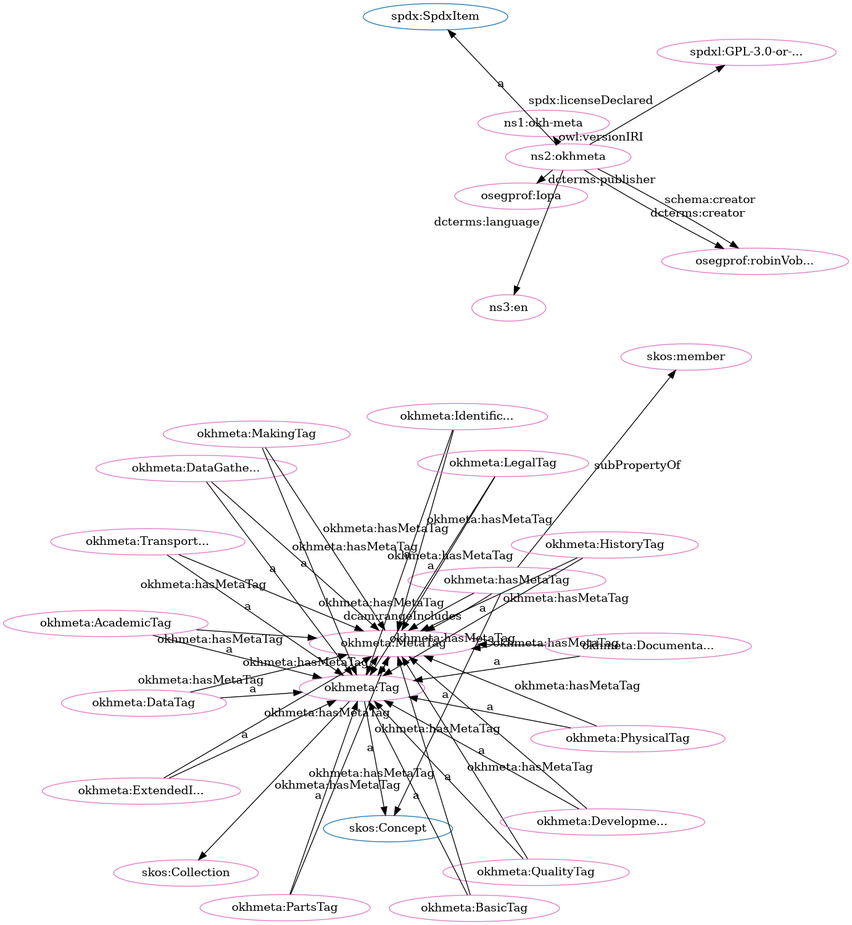
iop-alliance/OpenKnowHow keeps this Graphviz diagram as src/spec/dot_okh-meta-clean.png. Above is the earlier version. Its source is kept beside it as src/spec/dot_okh-meta-clean.dot.
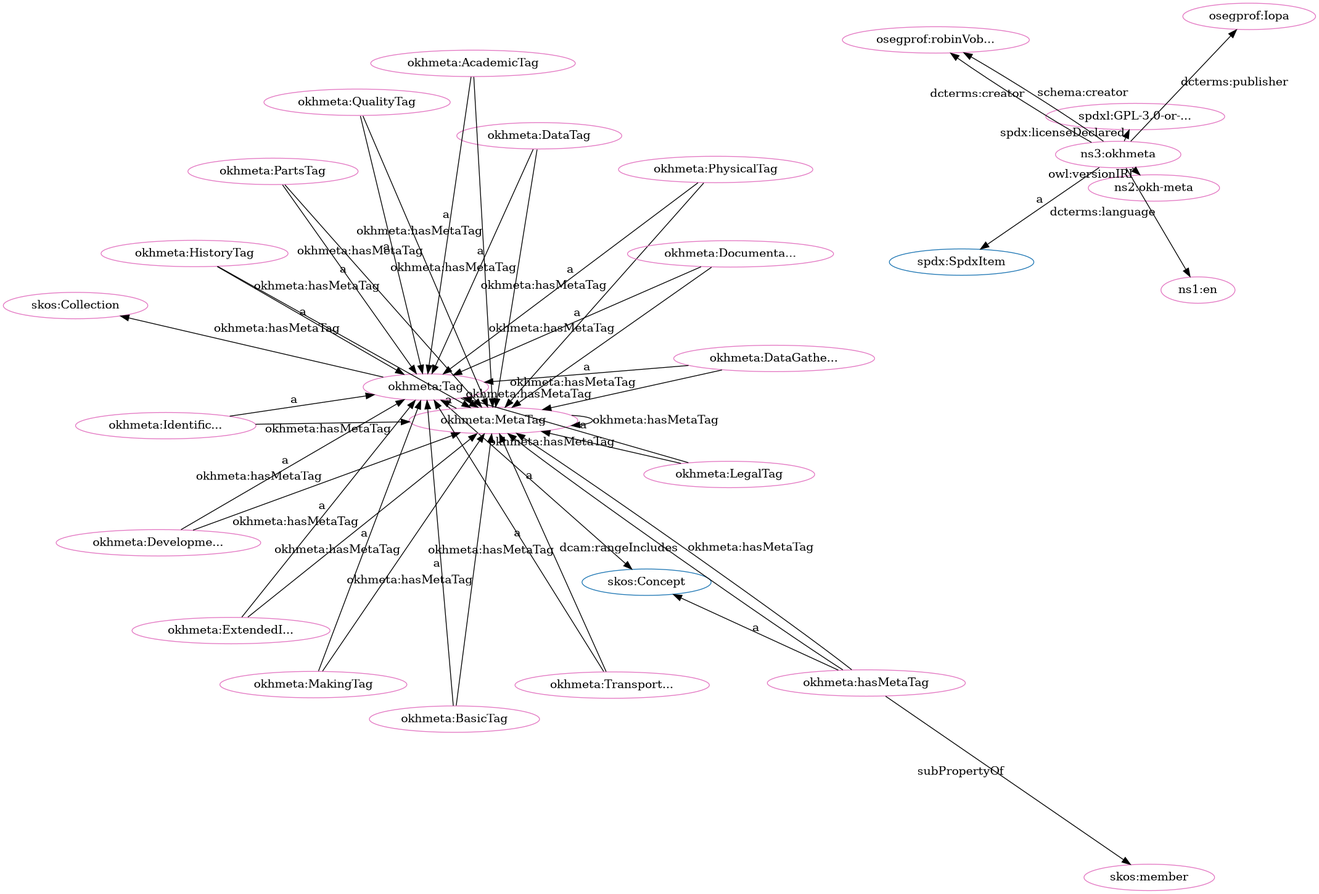
After the change.

The edit, as a diff of the source:
```diff
@@ -1,80 +1,80 @@
 digraph G {
   rankdir=BT
   node[height=.3]
+"http://www.w3.org/2004/02/skos/core#Concept" [fillcolor="#1f77b4" color="#1f77b4" label="skos:Concept"]
+"http://www.w3.org/2004/02/skos/core#Collection" [fillcolor="#1f77b4" color="#1f77b4" label="skos:Collection"]
+"http://spdx.org/rdf/terms#SpdxItem" [fillcolor="#1f77b4" color="#1f77b4" label="spdx:SpdxItem"]
 "http://w3id.org/oseg/ont/okhmeta#Tag" [fillcolor="#1f77b4" color="#1f77b4" label="okhmeta:Tag"]
-"http://www.w3.org/2004/02/skos/core#Collection" [fillcolor="#1f77b4" color="#1f77b4" label="skos:Collection"]
-"http://www.w3.org/2004/02/skos/core#Concept" [fillcolor="#1f77b4" color="#1f77b4" label="skos:Concept"]
-"http://spdx.org/rdf/terms#SpdxItem" [fillcolor="#1f77b4" color="#1f77b4" label="spdx:SpdxItem"]
+"http://w3id.org/oseg/ont/okhmeta#MetaTag" [fillcolor="#e377c2" color="#e377c2" label="okhmeta:MetaTag"]
+"http://w3id.org/oseg/ont/okhmeta#LegalTag" [fillcolor="#e377c2" color="#e377c2" label="okhmeta:LegalTag"]
+"http://id.loc.gov/vocabulary/iso639-1/en" [fillcolor="#e377c2" color="#e377c2" label="ns1:en"]
+"http://w3id.org/oseg/ont/okhmeta#DataTag" [fillcolor="#e377c2" color="#e377c2" label="okhmeta:DataTag"]
+"http://w3id.org/oseg/ont/okhmeta#HistoryTag" [fillcolor="#e377c2" color="#e377c2" label="okhmeta:HistoryTag"]
+"http://w3id.org/oseg/ont/1.1.0/okh-meta" [fillcolor="#e377c2" color="#e377c2" label="ns2:okh-meta"]
 "http://w3id.org/oseg/ont/okhmeta#DataGatheringTag" [fillcolor="#e377c2" color="#e377c2" label="okhmeta:DataGathe..."]
+"http://w3id.org/oseg/ont/okhmeta#MakingTag" [fillcolor="#e377c2" color="#e377c2" label="okhmeta:MakingTag"]
+"http://w3id.org/oseg/ont/okhmeta#TransportationTag" [fillcolor="#e377c2" color="#e377c2" label="okhmeta:Transport..."]
 "http://w3id.org/oseg/ont/oseg-profiles#robinVobruba" [fillcolor="#e377c2" color="#e377c2" label="osegprof:robinVob..."]
-"http://w3id.org/oseg/ont/okhmeta#TransportationTag" [fillcolor="#e377c2" color="#e377c2" label="okhmeta:Transport..."]
-"http://w3id.org/oseg/ont/okhmeta#MetaTag" [fillcolor="#e377c2" color="#e377c2" label="okhmeta:MetaTag"]
+"http://w3id.org/oseg/ont/okhmeta#hasMetaTag" [fillcolor="#e377c2" color="#e377c2" label="okhmeta:hasMetaTag"]
+"http://w3id.org/oseg/ont/okhmeta#IdentificationTag" [fillcolor="#e377c2" color="#e377c2" label="okhmeta:Identific..."]
+"http://w3id.org/oseg/ont/oseg-profiles#Iopa" [fillcolor="#e377c2" color="#e377c2" label="osegprof:Iopa"]
+"http://spdx.org/licenses/GPL-3.0-or-later" [fillcolor="#e377c2" color="#e377c2" label="spdxl:GPL-3.0-or-..."]
+"http://w3id.org/oseg/ont/okhmeta#BasicTag" [fillcolor="#e377c2" color="#e377c2" label="okhmeta:BasicTag"]
+"http://w3id.org/oseg/ont/okhmeta#AcademicTag" [fillcolor="#e377c2" color="#e377c2" label="okhmeta:AcademicTag"]
+"http://w3id.org/oseg/ont/okhmeta#PhysicalTag" [fillcolor="#e377c2" color="#e377c2" label="okhmeta:PhysicalTag"]
+"http://w3id.org/oseg/ont/okhmeta#DocumentationTag" [fillcolor="#e377c2" color="#e377c2" label="okhmeta:Documenta..."]
+"http://w3id.org/oseg/ont/okhmeta#Tag" [fillcolor="#e377c2" color="#e377c2" label="okhmeta:Tag"]
+"http://w3id.org/oseg/ont/okhmeta#DevelopmentTag" [fillcolor="#e377c2" color="#e377c2" label="okhmeta:Developme..."]
+"http://w3id.org/oseg/ont/okhmeta#PartsTag" [fillcolor="#e377c2" color="#e377c2" label="okhmeta:PartsTag"]
+"http://www.w3.org/2004/02/skos/core#Collection" [fillcolor="#e377c2" color="#e377c2" label="skos:Collection"]
 "http://w3id.org/oseg/ont/okhmeta#ExtendedInfoTag" [fillcolor="#e377c2" color="#e377c2" label="okhmeta:ExtendedI..."]
+"http://w3id.org/oseg/ont/okhmeta" [fillcolor="#e377c2" color="#e377c2" label="ns3:okhmeta"]
 "http://w3id.org/oseg/ont/okhmeta#QualityTag" [fillcolor="#e377c2" color="#e377c2" label="okhmeta:QualityTag"]
-"http://w3id.org/oseg/ont/okhmeta#DataTag" [fillcolor="#e377c2" color="#e377c2" label="okhmeta:DataTag"]
-"http://w3id.org/oseg/ont/okhmeta#Tag" [fillcolor="#e377c2" color="#e377c2" label="okhmeta:Tag"]
-"http://w3id.org/oseg/ont/okhmeta#BasicTag" [fillcolor="#e377c2" color="#e377c2" label="okhmeta:BasicTag"]
-"http://w3id.org/oseg/ont/okhmeta#DevelopmentTag" [fillcolor="#e377c2" color="#e377c2" label="okhmeta:Developme..."]
-"http://w3id.org/oseg/ont/oseg-profiles#Iopa" [fillcolor="#e377c2" color="#e377c2" label="osegprof:Iopa"]
-"http://w3id.org/oseg/ont/1.1.0/okh-meta" [fillcolor="#e377c2" color="#e377c2" label="ns1:okh-meta"]
-"http://w3id.org/oseg/ont/okhmeta#MakingTag" [fillcolor="#e377c2" color="#e377c2" label="okhmeta:MakingTag"]
-"http://w3id.org/oseg/ont/okhmeta#hasMetaTag" [fillcolor="#e377c2" color="#e377c2" label="okhmeta:hasMetaTag"]
-"http://w3id.org/oseg/ont/okhmeta" [fillcolor="#e377c2" color="#e377c2" label="ns2:okhmeta"]
-"http://spdx.org/licenses/GPL-3.0-or-later" [fillcolor="#e377c2" color="#e377c2" label="spdxl:GPL-3.0-or-..."]
-"http://w3id.org/oseg/ont/okhmeta#AcademicTag" [fillcolor="#e377c2" color="#e377c2" label="okhmeta:AcademicTag"]
-"http://w3id.org/oseg/ont/okhmeta#IdentificationTag" [fillcolor="#e377c2" color="#e377c2" label="okhmeta:Identific..."]
-"http://w3id.org/oseg/ont/okhmeta#LegalTag" [fillcolor="#e377c2" color="#e377c2" label="okhmeta:LegalTag"]
-"http://w3id.org/oseg/ont/okhmeta#HistoryTag" [fillcolor="#e377c2" color="#e377c2" label="okhmeta:HistoryTag"]
-"http://w3id.org/oseg/ont/okhmeta#PartsTag" [fillcolor="#e377c2" color="#e377c2" label="okhmeta:PartsTag"]
 "http://www.w3.org/2004/02/skos/core#member" [fillcolor="#e377c2" color="#e377c2" label="skos:member"]
-"http://id.loc.gov/vocabulary/iso639-1/en" [fillcolor="#e377c2" color="#e377c2" label="ns3:en"]
-"http://w3id.org/oseg/ont/okhmeta#DocumentationTag" [fillcolor="#e377c2" color="#e377c2" label="okhmeta:Documenta..."]
-"http://www.w3.org/2004/02/skos/core#Collection" [fillcolor="#e377c2" color="#e377c2" label="skos:Collection"]
-"http://w3id.org/oseg/ont/okhmeta#PhysicalTag" [fillcolor="#e377c2" color="#e377c2" label="okhmeta:PhysicalTag"]
+  "http://w3id.org/oseg/ont/okhmeta#MakingTag" -> "http://w3id.org/oseg/ont/okhmeta#MetaTag" [label="okhmeta:hasMetaTag"]
+  "http://w3id.org/oseg/ont/okhmeta" -> "http://id.loc.gov/vocabulary/iso639-1/en" [label="dcterms:language"]
+  "http://w3id.org/oseg/ont/okhmeta#HistoryTag" -> "http://w3id.org/oseg/ont/okhmeta#Tag" [label="a"]
+  "http://w3id.org/oseg/ont/okhmeta" -> "http://w3id.org/oseg/ont/1.1.0/okh-meta" [label="owl:versionIRI"]
+  "http://w3id.org/oseg/ont/okhmeta#DataGatheringTag" -> "http://w3id.org/oseg/ont/okhmeta#Tag" [label="a"]
+  "http://w3id.org/oseg/ont/okhmeta#MakingTag" -> "http://w3id.org/oseg/ont/okhmeta#Tag" [label="a"]
+  "http://w3id.org/oseg/ont/okhmeta" -> "http://w3id.org/oseg/ont/oseg-profiles#robinVobruba" [label="dcterms:creator"]
+  "http://w3id.org/oseg/ont/okhmeta#hasMetaTag" -> "http://w3id.org/oseg/ont/okhmeta#MetaTag" [label="dcam:rangeIncludes"]
+  "http://w3id.org/oseg/ont/okhmeta#hasMetaTag" -> "http://www.w3.org/2004/02/skos/core#Concept" [label="a"]
+  "http://w3id.org/oseg/ont/okhmeta#QualityTag" -> "http://w3id.org/oseg/ont/okhmeta#MetaTag" [label="okhmeta:hasMetaTag"]
+  "http://w3id.org/oseg/ont/okhmeta#MetaTag" -> "http://w3id.org/oseg/ont/okhmeta#MetaTag" [label="okhmeta:hasMetaTag"]
+  "http://w3id.org/oseg/ont/okhmeta#HistoryTag" -> "http://w3id.org/oseg/ont/okhmeta#MetaTag" [label="okhmeta:hasMetaTag"]
+  "http://w3id.org/oseg/ont/okhmeta#PhysicalTag" -> "http://w3id.org/oseg/ont/okhmeta#Tag" [label="a"]
+  "http://w3id.org/oseg/ont/okhmeta#DocumentationTag" -> "http://w3id.org/oseg/ont/okhmeta#Tag" [label="a"]
+  "http://w3id.org/oseg/ont/okhmeta#ExtendedInfoTag" -> "http://w3id.org/oseg/ont/okhmeta#MetaTag" [label="okhmeta:hasMetaTag"]
+  "http://w3id.org/oseg/ont/okhmeta#IdentificationTag" -> "http://w3id.org/oseg/ont/okhmeta#MetaTag" [label="okhmeta:hasMetaTag"]
+  "http://w3id.org/oseg/ont/okhmeta#PartsTag" -> "http://w3id.org/oseg/ont/okhmeta#Tag" [label="a"]
+  "http://w3id.org/oseg/ont/okhmeta#Tag" -> "http://www.w3.org/2004/02/skos/core#Collection" [label=""]
+  "http://w3id.org/oseg/ont/okhmeta#ExtendedInfoTag" -> "http://w3id.org/oseg/ont/okhmeta#Tag" [label="a"]
+  "http://w3id.org/oseg/ont/okhmeta#DocumentationTag" -> "http://w3id.org/oseg/ont/okhmeta#MetaTag" [label="okhmeta:hasMetaTag"]
+  "http://w3id.org/oseg/ont/okhmeta#PhysicalTag" -> "http://w3id.org/oseg/ont/okhmeta#MetaTag" [label="okhmeta:hasMetaTag"]
+  "http://w3id.org/oseg/ont/okhmeta#TransportationTag" -> "http://w3id.org/oseg/ont/okhmeta#MetaTag" [label="okhmeta:hasMetaTag"]
+  "http://w3id.org/oseg/ont/okhmeta#DataGatheringTag" -> "http://w3id.org/oseg/ont/okhmeta#MetaTag" [label="okhmeta:hasMetaTag"]
+  "http://w3id.org/oseg/ont/okhmeta#LegalTag" -> "http://w3id.org/oseg/ont/okhmeta#Tag" [label="a"]
+  "http://w3id.org/oseg/ont/okhmeta#DataTag" -> "http://w3id.org/oseg/ont/okhmeta#Tag" [label="a"]
+  "http://w3id.org/oseg/ont/okhmeta#TransportationTag" -> "http://w3id.org/oseg/ont/okhmeta#Tag" [label="a"]
+  "http://w3id.org/oseg/ont/okhmeta#IdentificationTag" -> "http://w3id.org/oseg/ont/okhmeta#Tag" [label="a"]
+  "http://w3id.org/oseg/ont/okhmeta" -> "http://w3id.org/oseg/ont/oseg-profiles#Iopa" [label="dcterms:publisher"]
+  "http://w3id.org/oseg/ont/okhmeta" -> "http://spdx.org/licenses/GPL-3.0-or-later" [label="spdx:licenseDeclared"]
+  "http://w3id.org/oseg/ont/okhmeta#DataTag" -> "http://w3id.org/oseg/ont/okhmeta#MetaTag" [label="okhmeta:hasMetaTag"]
+  "http://w3id.org/oseg/ont/okhmeta#BasicTag" -> "http://w3id.org/oseg/ont/okhmeta#Tag" [label="a"]
+  "http://w3id.org/oseg/ont/okhmeta#AcademicTag" -> "http://w3id.org/oseg/ont/okhmeta#Tag" [label="a"]
+  "http://w3id.org/oseg/ont/okhmeta#Tag" -> "http://www.w3.org/2004/02/skos/core#Concept" [label="a"]
+  "http://w3id.org/oseg/ont/okhmeta#PartsTag" -> "http://w3id.org/oseg/ont/okhmeta#MetaTag" [label="okhmeta:hasMetaTag"]
   "http://w3id.org/oseg/ont/okhmeta" -> "http://w3id.org/oseg/ont/oseg-profiles#robinVobruba" [label="schema:creator"]
-  "http://w3id.org/oseg/ont/okhmeta#TransportationTag" -> "http://w3id.org/oseg/ont/okhmeta#Tag" [label="a"]
+  "http://w3id.org/oseg/ont/okhmeta#DevelopmentTag" -> "http://w3id.org/oseg/ont/okhmeta#Tag" [label="a"]
+  "http://w3id.org/oseg/ont/okhmeta#Tag" -> "http://w3id.org/oseg/ont/okhmeta#MetaTag" [label="okhmeta:hasMetaTag"]
+  "http://w3id.org/oseg/ont/okhmeta#hasMetaTag" -> "http://w3id.org/oseg/ont/okhmeta#MetaTag" [label="okhmeta:hasMetaTag"]
+  "http://w3id.org/oseg/ont/okhmeta#BasicTag" -> "http://w3id.org/oseg/ont/okhmeta#MetaTag" [label="okhmeta:hasMetaTag"]
+  "http://w3id.org/oseg/ont/okhmeta" -> "http://spdx.org/rdf/terms#SpdxItem" [label="a"]
+  "http://w3id.org/oseg/ont/okhmeta#AcademicTag" -> "http://w3id.org/oseg/ont/okhmeta#MetaTag" [label="okhmeta:hasMetaTag"]
+  "http://w3id.org/oseg/ont/okhmeta#MetaTag" -> "http://w3id.org/oseg/ont/okhmeta#Tag" [label="a"]
   "http://w3id.org/oseg/ont/okhmeta#LegalTag" -> "http://w3id.org/oseg/ont/okhmeta#MetaTag" [label="okhmeta:hasMetaTag"]
-  "http://w3id.org/oseg/ont/okhmeta#DataTag" -> "http://w3id.org/oseg/ont/okhmeta#MetaTag" [label="okhmeta:hasMetaTag"]
-  "http://w3id.org/oseg/ont/okhmeta#ExtendedInfoTag" -> "http://w3id.org/oseg/ont/okhmeta#Tag" [label="a"]
+  "http://w3id.org/oseg/ont/okhmeta#DevelopmentTag" -> "http://w3id.org/oseg/ont/okhmeta#MetaTag" [label="okhmeta:hasMetaTag"]
   "http://w3id.org/oseg/ont/okhmeta#QualityTag" -> "http://w3id.org/oseg/ont/okhmeta#Tag" [label="a"]
-  "http://w3id.org/oseg/ont/okhmeta#DataTag" -> "http://w3id.org/oseg/ont/okhmeta#Tag" [label="a"]
-  "http://w3id.org/oseg/ont/okhmeta#HistoryTag" -> "http://w3id.org/oseg/ont/okhmeta#MetaTag" [label="okhmeta:hasMetaTag"]
-  "http://w3id.org/oseg/ont/okhmeta#hasMetaTag" -> "http://w3id.org/oseg/ont/okhmeta#MetaTag" [label="dcam:rangeIncludes"]
-  "http://w3id.org/oseg/ont/okhmeta" -> "http://w3id.org/oseg/ont/oseg-profiles#robinVobruba" [label="dcterms:creator"]
-  "http://w3id.org/oseg/ont/okhmeta" -> "http://w3id.org/oseg/ont/1.1.0/okh-meta" [label="owl:versionIRI"]
-  "http://w3id.org/oseg/ont/okhmeta#MakingTag" -> "http://w3id.org/oseg/ont/okhmeta#Tag" [label="a"]
-  "http://w3id.org/oseg/ont/okhmeta#DataGatheringTag" -> "http://w3id.org/oseg/ont/okhmeta#MetaTag" [label="okhmeta:hasMetaTag"]
-  "http://w3id.org/oseg/ont/okhmeta#hasMetaTag" -> "http://www.w3.org/2004/02/skos/core#Concept" [label="a"]
-  "http://w3id.org/oseg/ont/okhmeta#LegalTag" -> "http://w3id.org/oseg/ont/okhmeta#Tag" [label="a"]
-  "http://w3id.org/oseg/ont/okhmeta" -> "http://spdx.org/rdf/terms#SpdxItem" [label="a"]
-  "http://w3id.org/oseg/ont/okhmeta#HistoryTag" -> "http://w3id.org/oseg/ont/okhmeta#Tag" [label="a"]
-  "http://w3id.org/oseg/ont/okhmeta#ExtendedInfoTag" -> "http://w3id.org/oseg/ont/okhmeta#MetaTag" [label="okhmeta:hasMetaTag"]
-  "http://w3id.org/oseg/ont/okhmeta#PartsTag" -> "http://w3id.org/oseg/ont/okhmeta#Tag" [label="a"]
   "http://w3id.org/oseg/ont/okhmeta#hasMetaTag" -> "http://www.w3.org/2004/02/skos/core#member" [label="subPropertyOf"]
-  "http://w3id.org/oseg/ont/okhmeta" -> "http://id.loc.gov/vocabulary/iso639-1/en" [label="dcterms:language"]
-  "http://w3id.org/oseg/ont/okhmeta#DocumentationTag" -> "http://w3id.org/oseg/ont/okhmeta#Tag" [label="a"]
-  "http://w3id.org/oseg/ont/okhmeta#Tag" -> "http://www.w3.org/2004/02/skos/core#Collection" [label=""]
-  "http://w3id.org/oseg/ont/okhmeta#BasicTag" -> "http://w3id.org/oseg/ont/okhmeta#MetaTag" [label="okhmeta:hasMetaTag"]
-  "http://w3id.org/oseg/ont/okhmeta#DocumentationTag" -> "http://w3id.org/oseg/ont/okhmeta#MetaTag" [label="okhmeta:hasMetaTag"]
-  "http://w3id.org/oseg/ont/okhmeta#MakingTag" -> "http://w3id.org/oseg/ont/okhmeta#MetaTag" [label="okhmeta:hasMetaTag"]
-  "http://w3id.org/oseg/ont/okhmeta#DataGatheringTag" -> "http://w3id.org/oseg/ont/okhmeta#Tag" [label="a"]
-  "http://w3id.org/oseg/ont/okhmeta#QualityTag" -> "http://w3id.org/oseg/ont/okhmeta#MetaTag" [label="okhmeta:hasMetaTag"]
-  "http://w3id.org/oseg/ont/okhmeta#Tag" -> "http://www.w3.org/2004/02/skos/core#Concept" [label="a"]
-  "http://w3id.org/oseg/ont/okhmeta#Tag" -> "http://w3id.org/oseg/ont/okhmeta#MetaTag" [label="okhmeta:hasMetaTag"]
-  "http://w3id.org/oseg/ont/okhmeta#PartsTag" -> "http://w3id.org/oseg/ont/okhmeta#MetaTag" [label="okhmeta:hasMetaTag"]
-  "http://w3id.org/oseg/ont/okhmeta#DevelopmentTag" -> "http://w3id.org/oseg/ont/okhmeta#MetaTag" [label="okhmeta:hasMetaTag"]
-  "http://w3id.org/oseg/ont/okhmeta#BasicTag" -> "http://w3id.org/oseg/ont/okhmeta#Tag" [label="a"]
-  "http://w3id.org/oseg/ont/okhmeta#DevelopmentTag" -> "http://w3id.org/oseg/ont/okhmeta#Tag" [label="a"]
-  "http://w3id.org/oseg/ont/okhmeta#PhysicalTag" -> "http://w3id.org/oseg/ont/okhmeta#MetaTag" [label="okhmeta:hasMetaTag"]
-  "http://w3id.org/oseg/ont/okhmeta" -> "http://w3id.org/oseg/ont/oseg-profiles#Iopa" [label="dcterms:publisher"]
-  "http://w3id.org/oseg/ont/okhmeta#AcademicTag" -> "http://w3id.org/oseg/ont/okhmeta#MetaTag" [label="okhmeta:hasMetaTag"]
-  "http://w3id.org/oseg/ont/okhmeta#hasMetaTag" -> "http://w3id.org/oseg/ont/okhmeta#MetaTag" [label="okhmeta:hasMetaTag"]
-  "http://w3id.org/oseg/ont/okhmeta" -> "http://spdx.org/licenses/GPL-3.0-or-later" [label="spdx:licenseDeclared"]
-  "http://w3id.org/oseg/ont/okhmeta#AcademicTag" -> "http://w3id.org/oseg/ont/okhmeta#Tag" [label="a"]
-  "http://w3id.org/oseg/ont/okhmeta#IdentificationTag" -> "http://w3id.org/oseg/ont/okhmeta#Tag" [label="a"]
-  "http://w3id.org/oseg/ont/okhmeta#MetaTag" -> "http://w3id.org/oseg/ont/okhmeta#MetaTag" [label="okhmeta:hasMetaTag"]
-  "http://w3id.org/oseg/ont/okhmeta#IdentificationTag" -> "http://w3id.org/oseg/ont/okhmeta#MetaTag" [label="okhmeta:hasMetaTag"]
-  "http://w3id.org/oseg/ont/okhmeta#TransportationTag" -> "http://w3id.org/oseg/ont/okhmeta#MetaTag" [label="okhmeta:hasMetaTag"]
-  "http://w3id.org/oseg/ont/okhmeta#MetaTag" -> "http://w3id.org/oseg/ont/okhmeta#Tag" [label="a"]
-  "http://w3id.org/oseg/ont/okhmeta#PhysicalTag" -> "http://w3id.org/oseg/ont/okhmeta#Tag" [label="a"]
 }
```
